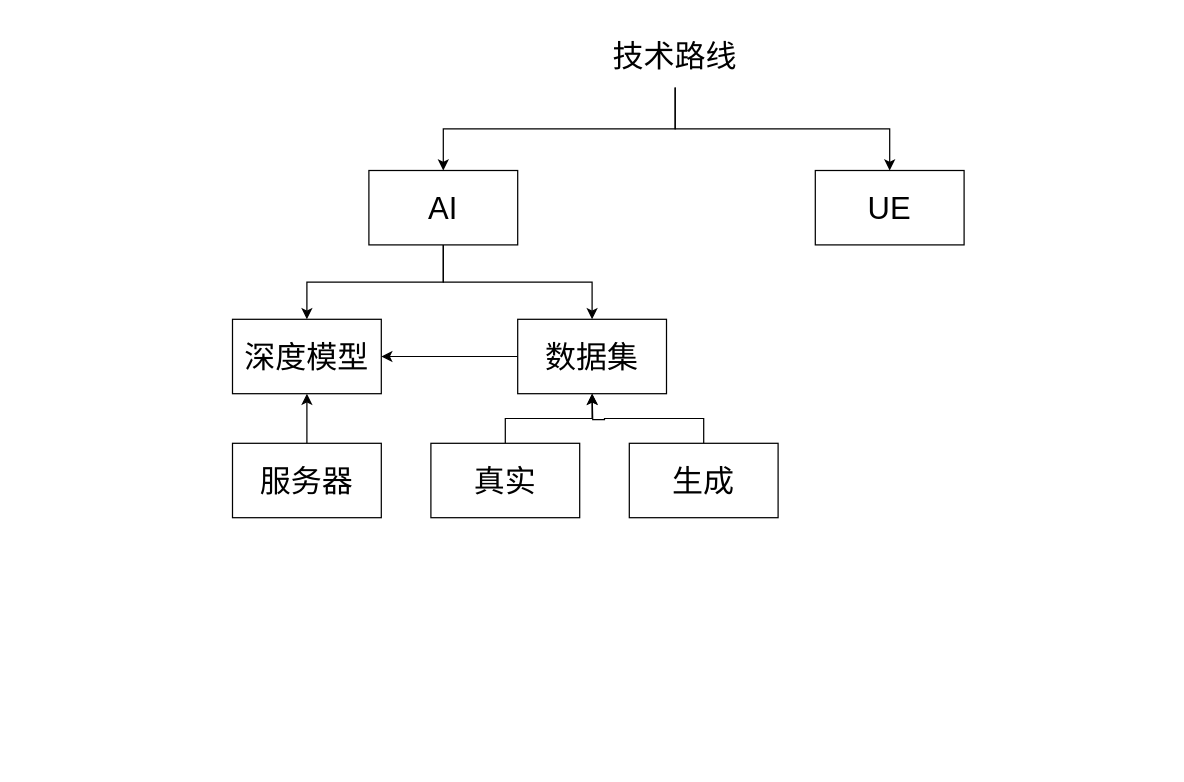
Before: Content/未命名绘图.drawio in ShellRedia/UE4-ZombieFactory, a draw.io diagram. Source tidied: cells renumbered, new cells numbered last; positions are measured from the earlier drawing's top-left corner, leaving out a move shared by most shapes. Both pictures are drawn from the tidied source at 124%, with x=0, y=0 at pixel (232, 21).
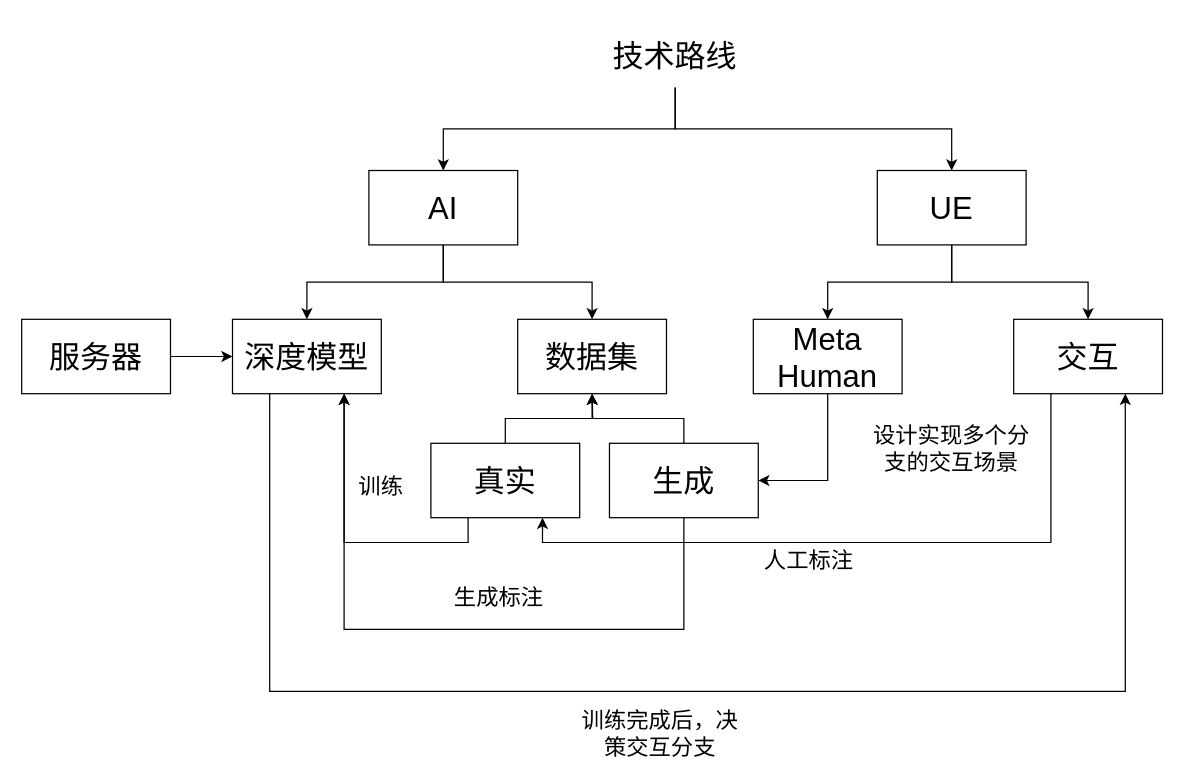
The same diagram, later.

Commit message (it also covers changes not shown here):
更新未命名绘图.drawio

Unchanged cells that the change refers to:
```xml
<mxCell id="10" value="&lt;span style=&quot;font-size: 25px;&quot;&gt;数据集&lt;/span&gt;" style="rounded=0;whiteSpace=wrap;html=1;" parent="1" vertex="1">
  <mxGeometry x="230" y="240" width="120" height="60" as="geometry" />
</mxCell>
<mxCell id="11" value="&lt;span style=&quot;font-size: 25px;&quot;&gt;深度模型&lt;/span&gt;" style="rounded=0;whiteSpace=wrap;html=1;" parent="1" vertex="1">
  <mxGeometry y="240" width="120" height="60" as="geometry" />
</mxCell>
<mxCell id="15" value="&lt;span style=&quot;font-size: 25px;&quot;&gt;真实&lt;/span&gt;" style="rounded=0;whiteSpace=wrap;html=1;" parent="1" vertex="1">
  <mxGeometry x="160" y="340" width="120" height="60" as="geometry" />
</mxCell>
```

What changed in the source:
```diff
@@
+    <mxCell id="18" style="edgeStyle=orthogonalEdgeStyle;rounded=0;jettySize=auto;html=1;exitX=0.5;exitY=1;exitDx=0;exitDy=0;entryX=0.5;entryY=0;entryDx=0;entryDy=0;" parent="1" edge="1" source="8" target="24">
+      <mxGeometry relative="1" as="geometry" />
+    </mxCell>
+    <mxCell id="19" style="edgeStyle=orthogonalEdgeStyle;rounded=0;jettySize=auto;html=1;exitX=0.5;exitY=1;exitDx=0;exitDy=0;" parent="1" edge="1" source="8" target="26">
+      <mxGeometry relative="1" as="geometry" />
+    </mxCell>
     <mxCell id="8" value="&lt;font style=&quot;font-size: 25px;&quot;&gt;UE&lt;/font&gt;" style="rounded=0;whiteSpace=wrap;html=1;" parent="1" vertex="1">
-      <mxGeometry x="470" y="120" width="120" height="60" as="geometry" />
+      <mxGeometry x="520" y="120" width="120" height="60" as="geometry" />
     </mxCell>
-    <mxCell id="9" style="edgeStyle=orthogonalEdgeStyle;rounded=0;jettySize=auto;html=1;exitX=0;exitY=0.5;exitDx=0;exitDy=0;entryX=1;entryY=0.5;entryDx=0;entryDy=0;" parent="1" edge="1" source="10" target="11">
-      <mxGeometry relative="1" as="geometry" />
-    </mxCell>
@@
+    <mxCell id="20" style="edgeStyle=orthogonalEdgeStyle;rounded=0;jettySize=auto;html=1;exitX=0.25;exitY=1;exitDx=0;exitDy=0;entryX=0.75;entryY=1;entryDx=0;entryDy=0;" parent="1" edge="1" source="11" target="26">
+      <mxGeometry relative="1" as="geometry">
+        <Array as="points">
+          <mxPoint x="30" y="540" />
+          <mxPoint x="720" y="540" />
+        </Array>
+      </mxGeometry>
+    </mxCell>
@@
-    <mxCell id="12" style="edgeStyle=orthogonalEdgeStyle;rounded=0;jettySize=auto;html=1;exitX=0.5;exitY=0;exitDx=0;exitDy=0;entryX=0.5;entryY=1;entryDx=0;entryDy=0;" parent="1" edge="1" source="13" target="11">
+    <mxCell id="12" style="edgeStyle=orthogonalEdgeStyle;rounded=0;jettySize=auto;html=1;exitX=1;exitY=0.5;exitDx=0;exitDy=0;" parent="1" edge="1" source="13" target="11">
       <mxGeometry relative="1" as="geometry" />
     </mxCell>
     <mxCell id="13" value="&lt;span style=&quot;font-size: 25px;&quot;&gt;服务器&lt;/span&gt;" style="rounded=0;whiteSpace=wrap;html=1;" parent="1" vertex="1">
-      <mxGeometry y="340" width="120" height="60" as="geometry" />
+      <mxGeometry x="-170" y="240" width="120" height="60" as="geometry" />
     </mxCell>
@@
+    <mxCell id="21" style="edgeStyle=orthogonalEdgeStyle;rounded=0;jettySize=auto;html=1;exitX=0.25;exitY=1;exitDx=0;exitDy=0;entryX=0.75;entryY=1;entryDx=0;entryDy=0;" parent="1" edge="1" source="15" target="11">
+      <mxGeometry relative="1" as="geometry" />
+    </mxCell>
@@
+    <mxCell id="22" style="edgeStyle=orthogonalEdgeStyle;rounded=0;jettySize=auto;html=1;exitX=0.5;exitY=1;exitDx=0;exitDy=0;" parent="1" edge="1" source="17">
+      <mxGeometry relative="1" as="geometry">
+        <mxPoint x="90" y="300" as="targetPoint" />
+        <Array as="points">
+          <mxPoint x="364" y="490" />
+          <mxPoint x="90" y="490" />
+        </Array>
+      </mxGeometry>
+    </mxCell>
     <mxCell id="17" value="&lt;span style=&quot;font-size: 25px;&quot;&gt;生成&lt;/span&gt;" style="rounded=0;whiteSpace=wrap;html=1;" parent="1" vertex="1">
-      <mxGeometry x="320" y="340" width="120" height="60" as="geometry" />
+      <mxGeometry x="304" y="340" width="120" height="60" as="geometry" />
     </mxCell>
+    <mxCell id="23" style="edgeStyle=orthogonalEdgeStyle;rounded=0;jettySize=auto;html=1;exitX=0.5;exitY=1;exitDx=0;exitDy=0;entryX=1;entryY=0.5;entryDx=0;entryDy=0;" parent="1" edge="1" source="24" target="17">
+      <mxGeometry relative="1" as="geometry" />
+    </mxCell>
+    <mxCell id="24" value="&lt;span style=&quot;font-size: 25px;&quot;&gt;Meta&lt;br&gt;Human&lt;br&gt;&lt;/span&gt;" style="rounded=0;whiteSpace=wrap;html=1;" parent="1" vertex="1">
+      <mxGeometry x="420" y="240" width="120" height="60" as="geometry" />
+    </mxCell>
+    <mxCell id="25" style="edgeStyle=orthogonalEdgeStyle;rounded=0;jettySize=auto;html=1;exitX=0.25;exitY=1;exitDx=0;exitDy=0;entryX=0.75;entryY=1;entryDx=0;entryDy=0;" parent="1" edge="1" source="26" target="15">
+      <mxGeometry relative="1" as="geometry" />
+    </mxCell>
+    <mxCell id="26" value="&lt;span style=&quot;font-size: 25px;&quot;&gt;交互&lt;/span&gt;" style="rounded=0;whiteSpace=wrap;html=1;" parent="1" vertex="1">
+      <mxGeometry x="630" y="240" width="120" height="60" as="geometry" />
+    </mxCell>
+    <mxCell id="27" value="&lt;font style=&quot;font-size: 18px;&quot;&gt;训练&lt;/font&gt;" style="text;html=1;strokeColor=none;fillColor=none;align=center;verticalAlign=middle;whiteSpace=wrap;rounded=0;" parent="1" vertex="1">
+      <mxGeometry x="90" y="360" width="60" height="30" as="geometry" />
+    </mxCell>
+    <mxCell id="28" value="&lt;span style=&quot;font-size: 18px;&quot;&gt;设计实现多个分支的交互场景&lt;/span&gt;" style="text;html=1;strokeColor=none;fillColor=none;align=center;verticalAlign=middle;whiteSpace=wrap;rounded=0;" parent="1" vertex="1">
+      <mxGeometry x="515" y="330" width="130" height="30" as="geometry" />
+    </mxCell>
+    <mxCell id="29" value="&lt;span style=&quot;font-size: 18px;&quot;&gt;人工标注&lt;/span&gt;" style="text;html=1;strokeColor=none;fillColor=none;align=center;verticalAlign=middle;whiteSpace=wrap;rounded=0;" parent="1" vertex="1">
+      <mxGeometry x="400" y="420" width="130" height="30" as="geometry" />
+    </mxCell>
+    <mxCell id="30" value="&lt;span style=&quot;font-size: 18px;&quot;&gt;生成标注&lt;/span&gt;" style="text;html=1;strokeColor=none;fillColor=none;align=center;verticalAlign=middle;whiteSpace=wrap;rounded=0;" parent="1" vertex="1">
+      <mxGeometry x="150" y="450" width="130" height="30" as="geometry" />
+    </mxCell>
+    <mxCell id="31" value="&lt;span style=&quot;font-size: 18px;&quot;&gt;训练完成后，决策交互分支&lt;/span&gt;" style="text;html=1;strokeColor=none;fillColor=none;align=center;verticalAlign=middle;whiteSpace=wrap;rounded=0;" parent="1" vertex="1">
+      <mxGeometry x="280" y="560" width="130" height="30" as="geometry" />
+    </mxCell>
```
